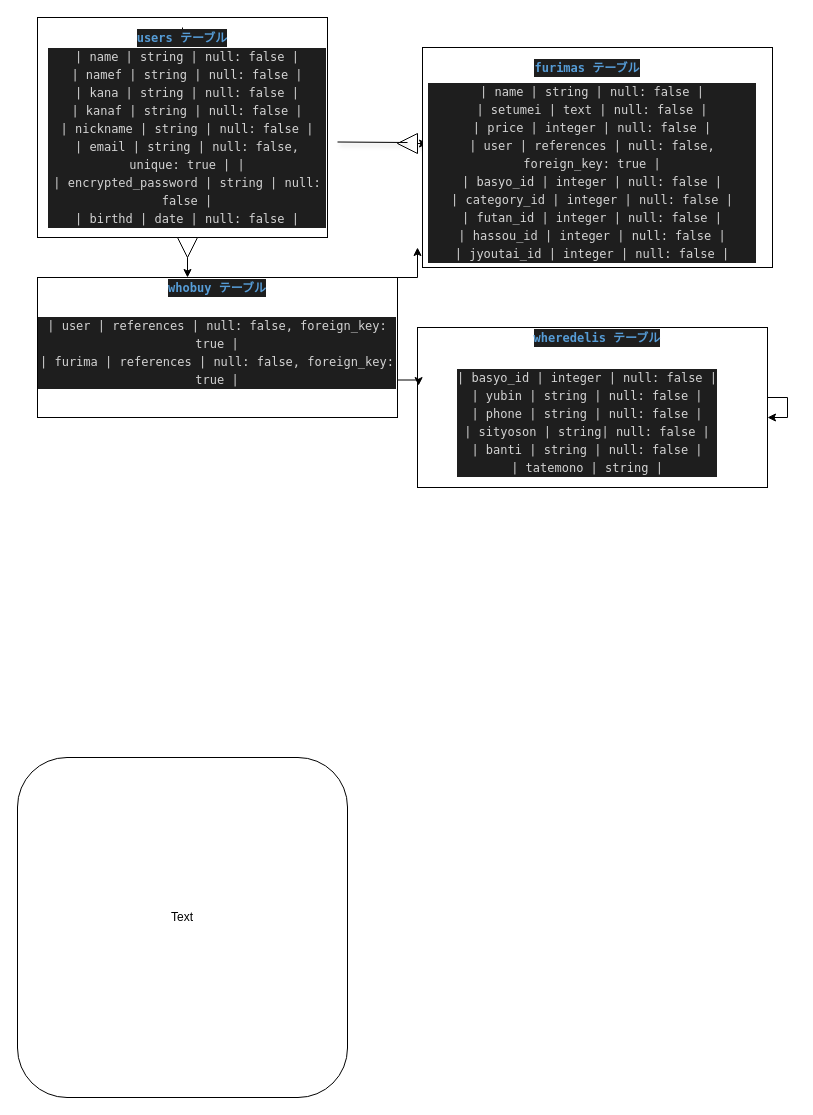
Earlier version of the draw.io diagram sekkeidb.dio (POSOkawa/furima-35269). Source tidied: cells renumbered, new cells numbered last; positions are measured from the earlier drawing's top-left corner, leaving out a move shared by most shapes. Both pictures are drawn from the tidied source at 100%, with x=0, y=0 at pixel (17, 17).
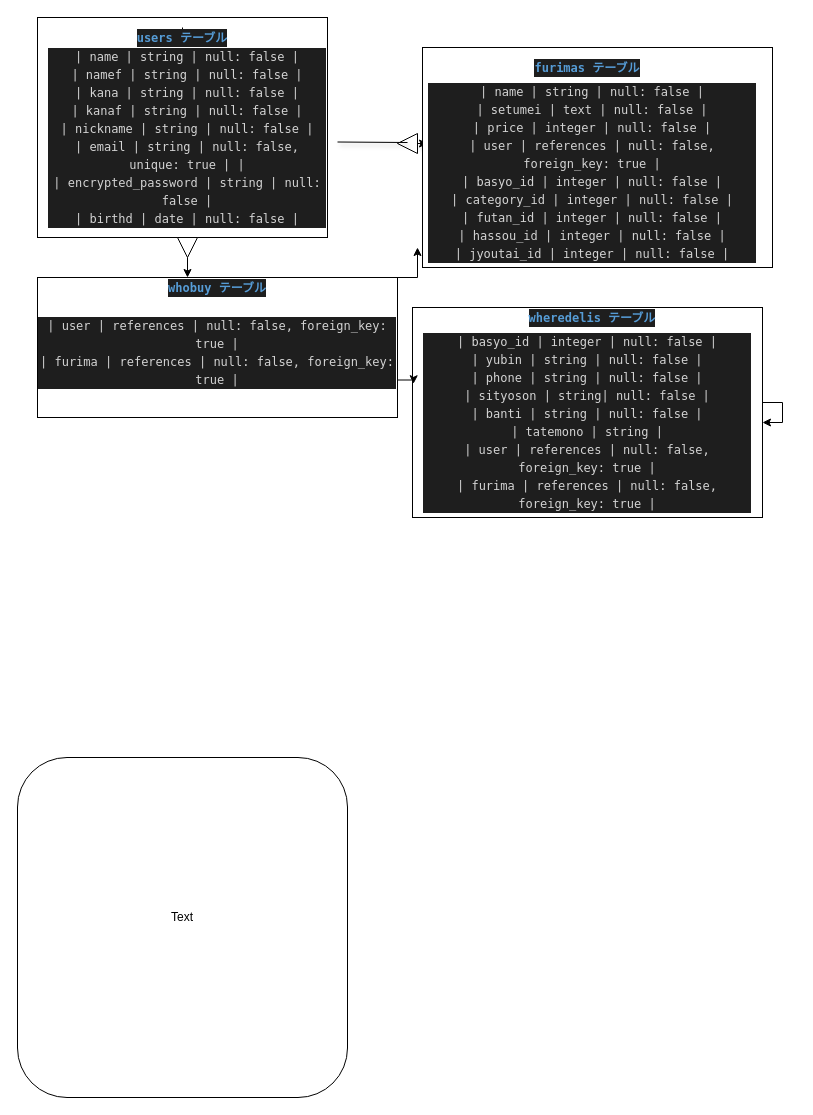
The same diagram, later.

The edit, as a diff of the source:
```diff
@@
     <mxCell id="15" style="rounded=0;whiteSpace=wrap;html=1;" parent="1" vertex="1">
-      <mxGeometry x="400" y="310" width="350" height="160" as="geometry" />
+      <mxGeometry x="395" y="290" width="350" height="210" as="geometry" />
     </mxCell>
-    <mxCell id="16" value="&lt;div style=&quot;color: rgb(212 , 212 , 212) ; background-color: rgb(30 , 30 , 30) ; font-family: &amp;#34;menlo&amp;#34; , &amp;#34;monaco&amp;#34; , &amp;#34;courier new&amp;#34; , monospace ; line-height: 18px&quot;&gt;&lt;div style=&quot;font-family: &amp;#34;menlo&amp;#34; , &amp;#34;monaco&amp;#34; , &amp;#34;courier new&amp;#34; , monospace ; line-height: 18px&quot;&gt;&lt;div&gt;| basyo_id   | integer | null: false |&lt;/div&gt;&lt;div&gt;| yubin   | string | null: false |&lt;/div&gt;&lt;div&gt;| phone   | string | null: false |&lt;/div&gt;&lt;div&gt;| sityoson  | string| null: false |&lt;/div&gt;&lt;div&gt;| banti   | string | null: false |&lt;/div&gt;&lt;div&gt;| tatemono   | string |&lt;/div&gt;&lt;/div&gt;&lt;/div&gt;" style="text;html=1;strokeColor=none;fillColor=none;align=center;verticalAlign=middle;whiteSpace=wrap;rounded=0;" parent="1" vertex="1">
+    <mxCell id="16" value="&lt;div style=&quot;color: rgb(212 , 212 , 212) ; background-color: rgb(30 , 30 , 30) ; font-family: &amp;#34;menlo&amp;#34; , &amp;#34;monaco&amp;#34; , &amp;#34;courier new&amp;#34; , monospace ; line-height: 18px&quot;&gt;&lt;div style=&quot;font-family: &amp;#34;menlo&amp;#34; , &amp;#34;monaco&amp;#34; , &amp;#34;courier new&amp;#34; , monospace ; line-height: 18px&quot;&gt;&lt;div&gt;| basyo_id   | integer | null: false |&lt;/div&gt;&lt;div&gt;| yubin   | string | null: false |&lt;/div&gt;&lt;div&gt;| phone   | string | null: false |&lt;/div&gt;&lt;div&gt;| sityoson  | string| null: false |&lt;/div&gt;&lt;div&gt;| banti   | string | null: false |&lt;/div&gt;&lt;div&gt;| tatemono   | string |&lt;/div&gt;&lt;div&gt;&lt;div style=&quot;font-family: &amp;#34;menlo&amp;#34; , &amp;#34;monaco&amp;#34; , &amp;#34;courier new&amp;#34; , monospace ; line-height: 18px&quot;&gt;&lt;div&gt;| user   | references | null: false, foreign_key: true |&lt;/div&gt;&lt;div&gt;| furima   | references | null: false, foreign_key: true |&lt;/div&gt;&lt;/div&gt;&lt;/div&gt;&lt;/div&gt;&lt;/div&gt;" style="text;html=1;strokeColor=none;fillColor=none;align=center;verticalAlign=middle;whiteSpace=wrap;rounded=0;" parent="1" vertex="1">
       <mxGeometry x="405" y="340" width="330" height="130" as="geometry" />
     </mxCell>
     <mxCell id="17" value="&lt;div style=&quot;color: rgb(212 , 212 , 212) ; background-color: rgb(30 , 30 , 30) ; font-family: &amp;#34;menlo&amp;#34; , &amp;#34;monaco&amp;#34; , &amp;#34;courier new&amp;#34; , monospace ; line-height: 18px&quot;&gt;&lt;span style=&quot;color: #569cd6 ; font-weight: bold&quot;&gt;wheredelis テーブル&lt;/span&gt;&lt;/div&gt;" style="text;html=1;strokeColor=none;fillColor=none;align=center;verticalAlign=middle;whiteSpace=wrap;rounded=0;" parent="1" vertex="1">
-      <mxGeometry x="510" y="310" width="140" height="20" as="geometry" />
+      <mxGeometry x="505" y="290" width="140" height="20" as="geometry" />
     </mxCell>
```
